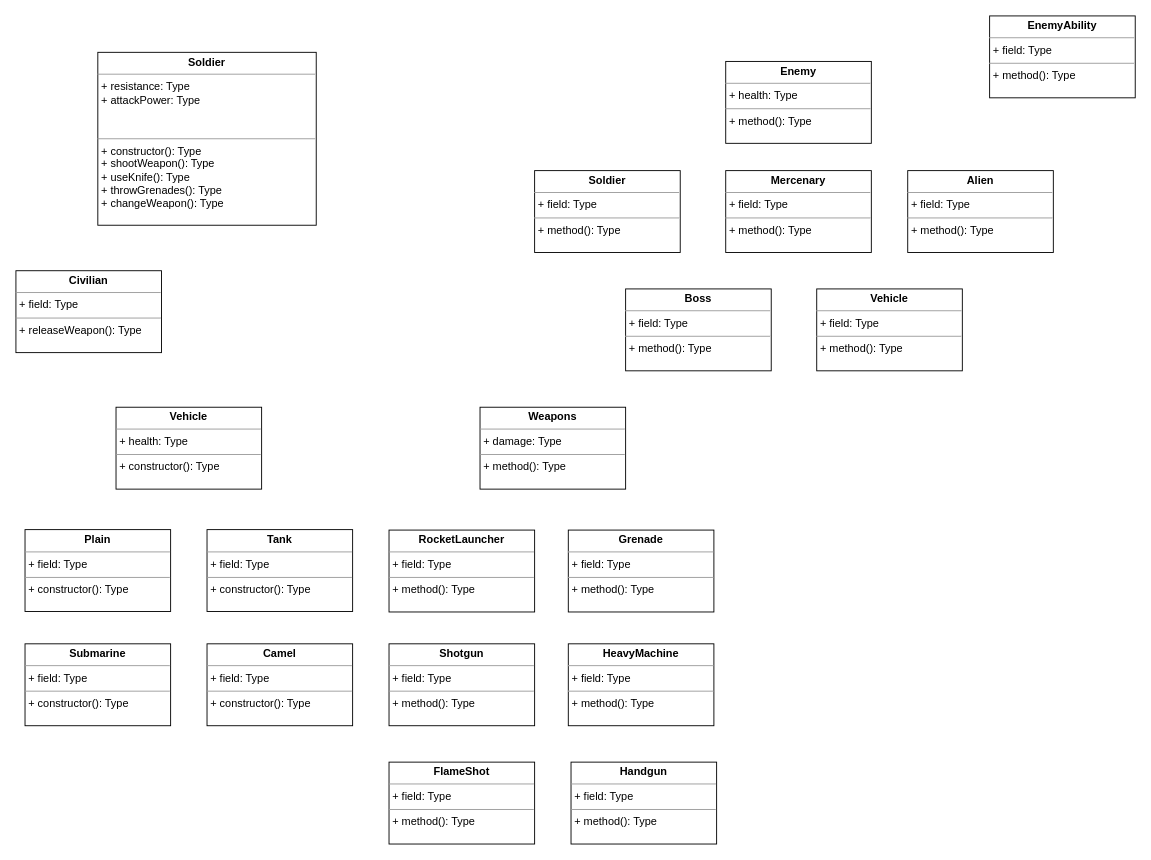
Above: katas/metal-slug/samuel/DiagramClass.drawio in fjcoding/AT-BC-LAT-01 (draw.io), before the change. Source tidied: cells renumbered, new cells numbered last; positions are measured from the earlier drawing's top-left corner, leaving out a move shared by most shapes. Both pictures are drawn from the tidied source at 91%, with x=0, y=0 at pixel (15, 15).
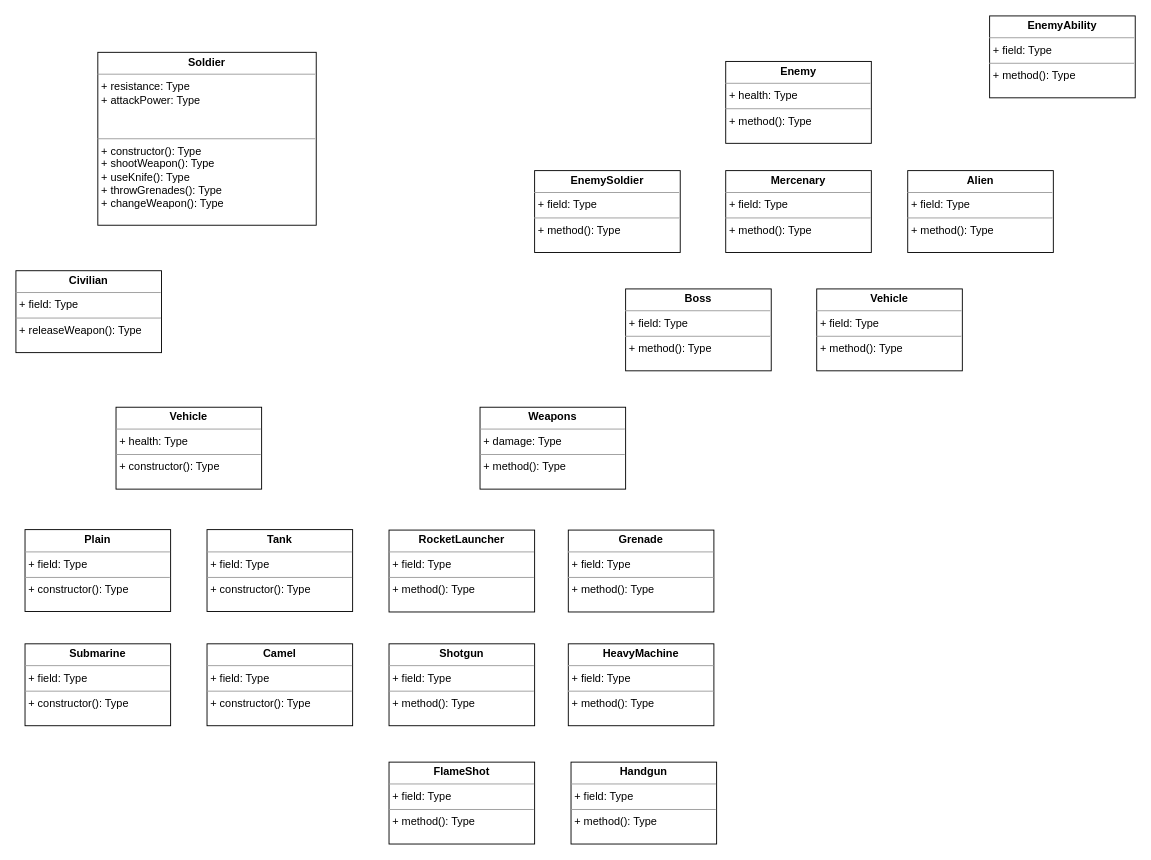
After the change.

Commit message:
Change the name for class Soldier in Enemy

To avoid misunderstandings i changed the name in Soldier for EnemySoldier

The edit, as a diff of the source:
```diff
@@
-    <mxCell id="17" value="&lt;p style=&quot;margin: 0px ; margin-top: 4px ; text-align: center&quot;&gt;&lt;b&gt;Soldier&lt;/b&gt;&lt;/p&gt;&lt;hr size=&quot;1&quot;&gt;&lt;p style=&quot;margin: 0px ; margin-left: 4px&quot;&gt;+ field: Type&lt;/p&gt;&lt;hr size=&quot;1&quot;&gt;&lt;p style=&quot;margin: 0px ; margin-left: 4px&quot;&gt;+ method(): Type&lt;/p&gt;" style="verticalAlign=top;align=left;overflow=fill;fontSize=12;fontFamily=Helvetica;html=1;" parent="1" vertex="1">
+    <mxCell id="17" value="&lt;p style=&quot;margin: 0px ; margin-top: 4px ; text-align: center&quot;&gt;&lt;b&gt;EnemySoldier&lt;/b&gt;&lt;/p&gt;&lt;hr size=&quot;1&quot;&gt;&lt;p style=&quot;margin: 0px ; margin-left: 4px&quot;&gt;+ field: Type&lt;/p&gt;&lt;hr size=&quot;1&quot;&gt;&lt;p style=&quot;margin: 0px ; margin-left: 4px&quot;&gt;+ method(): Type&lt;/p&gt;" style="verticalAlign=top;align=left;overflow=fill;fontSize=12;fontFamily=Helvetica;html=1;" parent="1" vertex="1">
       <mxGeometry x="570" y="170" width="160" height="90" as="geometry" />
     </mxCell>
```
